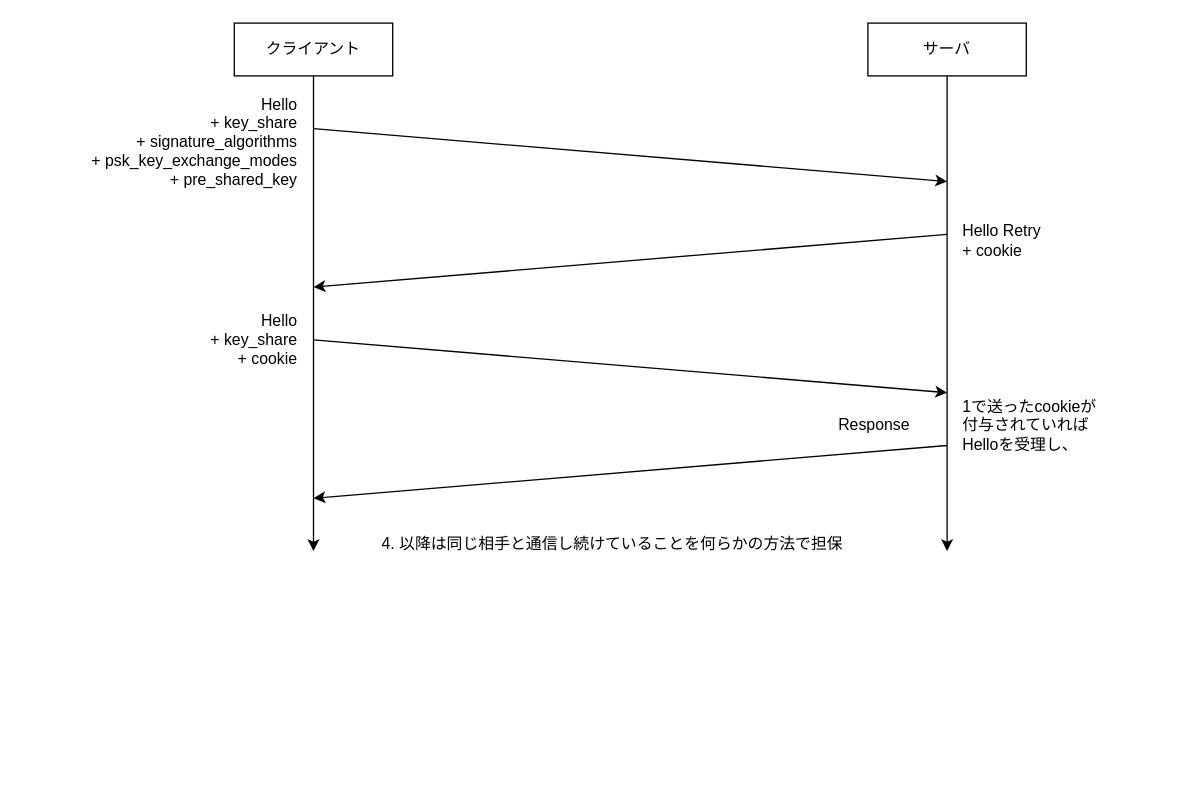
Before: dtls.drawio in tetsukamen/drawing, a draw.io diagram. Source tidied: cells renumbered, new cells numbered last; positions are measured from the earlier drawing's top-left corner, leaving out a move shared by most shapes. Both pictures are drawn from the tidied source at 132%, with x=0, y=0 at pixel (22, 22).
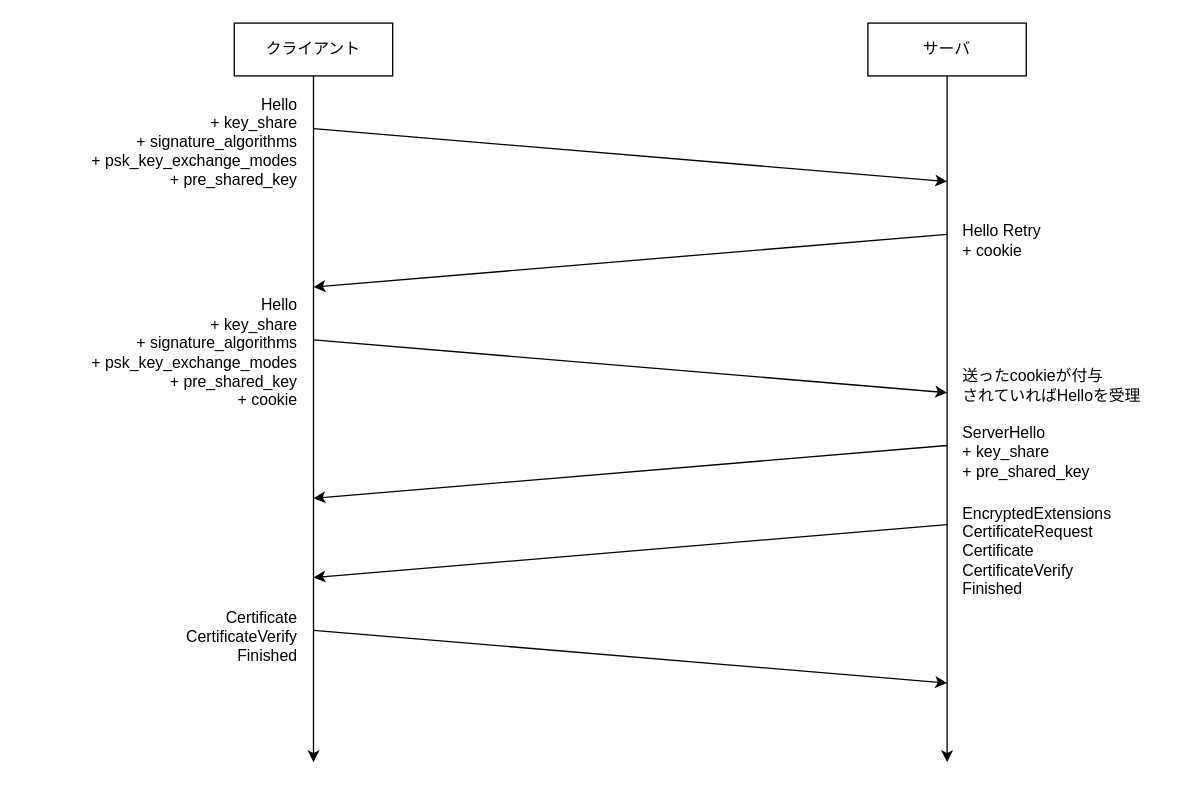
After the change.

The change refers to these unchanged cells:
```xml
<mxCell id="3" value="&lt;font style=&quot;font-size: 12px&quot;&gt;クライアント&lt;/font&gt;" style="rounded=0;whiteSpace=wrap;html=1;" parent="1" vertex="1">
  <mxGeometry x="160" width="120" height="40" as="geometry" />
</mxCell>
<mxCell id="5" value="&lt;font style=&quot;font-size: 12px&quot;&gt;サーバ&lt;/font&gt;" style="rounded=0;whiteSpace=wrap;html=1;" parent="1" vertex="1">
  <mxGeometry x="640" width="120" height="40" as="geometry" />
</mxCell>
```

Change to the diagram source:
```diff
@@
     <mxCell id="2" style="edgeStyle=none;html=1;" parent="1" edge="1" source="3">
       <mxGeometry relative="1" as="geometry">
-        <mxPoint x="220" y="400" as="targetPoint" />
+        <mxPoint x="220" y="560" as="targetPoint" />
       </mxGeometry>
     </mxCell>
@@
     <mxCell id="4" style="edgeStyle=none;html=1;" parent="1" edge="1" source="5">
       <mxGeometry relative="1" as="geometry">
-        <mxPoint x="700" y="400" as="targetPoint" />
+        <mxPoint x="700" y="560" as="targetPoint" />
       </mxGeometry>
     </mxCell>
@@
     <mxCell id="7" value="Hello&lt;br&gt;&lt;div&gt;+ key_share&lt;/div&gt;&lt;div&gt;+ signature_algorithms&lt;/div&gt;&lt;div&gt;+ psk_key_exchange_modes&lt;br&gt;&lt;/div&gt;&lt;div&gt;+ pre_shared_key&lt;br&gt;&lt;/div&gt;" style="text;html=1;strokeColor=none;fillColor=none;align=right;verticalAlign=middle;whiteSpace=wrap;rounded=0;fontSize=12;" parent="1" vertex="1">
-      <mxGeometry y="50" width="210" height="80" as="geometry" />
+      <mxGeometry x="40" y="50" width="170" height="80" as="geometry" />
     </mxCell>
@@
-    <mxCell id="12" value="Response" style="text;html=1;strokeColor=none;fillColor=none;align=center;verticalAlign=middle;whiteSpace=wrap;rounded=0;fontSize=12;" parent="1" vertex="1">
-      <mxGeometry x="610" y="290" width="70" height="30" as="geometry" />
-    </mxCell>
-    <mxCell id="13" value="1で送ったcookieが&lt;br&gt;付与されていれば&lt;br&gt;Helloを受理し、" style="text;html=1;strokeColor=none;fillColor=none;align=left;verticalAlign=middle;whiteSpace=wrap;rounded=0;fontSize=12;" parent="1" vertex="1">
-      <mxGeometry x="710" y="280" width="130" height="50" as="geometry" />
+    <mxCell id="13" value="送ったcookieが付与&lt;br&gt;されていればHelloを受理" style="text;html=1;strokeColor=none;fillColor=none;align=left;verticalAlign=middle;whiteSpace=wrap;rounded=0;fontSize=12;" parent="1" vertex="1">
+      <mxGeometry x="710" y="250" width="150" height="50" as="geometry" />
     </mxCell>
-    <mxCell id="14" value="4. 以降は同じ相手と通信し続けていることを何らかの方法で担保" style="text;html=1;strokeColor=none;fillColor=none;align=left;verticalAlign=middle;whiteSpace=wrap;rounded=0;fontSize=12;" parent="1" vertex="1">
-      <mxGeometry x="270" y="370" width="380" height="50" as="geometry" />
-    </mxCell>
-    <mxCell id="15" value="Hello&lt;br&gt;&lt;div&gt;+ key_share&lt;/div&gt;&lt;div&gt;+ cookie&lt;/div&gt;" style="text;html=1;strokeColor=none;fillColor=none;align=right;verticalAlign=middle;whiteSpace=wrap;rounded=0;fontSize=12;" parent="1" vertex="1">
-      <mxGeometry x="50" y="210" width="160" height="60" as="geometry" />
-    </mxCell>
+    <mxCell id="16" value="Hello&lt;br&gt;&lt;div&gt;+ key_share&lt;/div&gt;&lt;div&gt;+ signature_algorithms&lt;/div&gt;&lt;div&gt;+ psk_key_exchange_modes&lt;br&gt;&lt;/div&gt;&lt;div&gt;+ pre_shared_key&lt;br&gt;&lt;/div&gt;&lt;div&gt;+ cookie&lt;/div&gt;" style="text;html=1;strokeColor=none;fillColor=none;align=right;verticalAlign=middle;whiteSpace=wrap;rounded=0;fontSize=12;" parent="1" vertex="1">
+      <mxGeometry x="40" y="210" width="170" height="80" as="geometry" />
+    </mxCell>
+    <mxCell id="17" value="&lt;div&gt;ServerHello&lt;/div&gt;&lt;div&gt;+ key_share&lt;/div&gt;&lt;div&gt;+ pre_shared_key&lt;/div&gt;" style="text;html=1;strokeColor=none;fillColor=none;align=left;verticalAlign=middle;whiteSpace=wrap;rounded=0;fontSize=12;" parent="1" vertex="1">
+      <mxGeometry x="710" y="300" width="140" height="50" as="geometry" />
+    </mxCell>
+    <mxCell id="18" value="&lt;div&gt;&lt;div&gt;EncryptedExtensions&lt;/div&gt;&lt;div&gt;CertificateRequest&lt;/div&gt;&lt;div&gt;Certificate&lt;/div&gt;&lt;div&gt;CertificateVerify&lt;/div&gt;&lt;div&gt;Finished&lt;/div&gt;&lt;/div&gt;" style="text;html=1;strokeColor=none;fillColor=none;align=left;verticalAlign=middle;whiteSpace=wrap;rounded=0;fontSize=12;" parent="1" vertex="1">
+      <mxGeometry x="710" y="360" width="140" height="80" as="geometry" />
+    </mxCell>
+    <mxCell id="19" style="endArrow=classic;html=1;fontSize=12;" parent="1" edge="1">
+      <mxGeometry relative="1" as="geometry">
+        <mxPoint x="700" y="380" as="sourcePoint" />
+        <mxPoint x="220" y="420" as="targetPoint" />
+      </mxGeometry>
+    </mxCell>
+    <mxCell id="20" style="endArrow=classic;html=1;fontSize=12;" parent="1" edge="1">
+      <mxGeometry relative="1" as="geometry">
+        <mxPoint x="220" y="460" as="sourcePoint" />
+        <mxPoint x="700" y="500" as="targetPoint" />
+      </mxGeometry>
+    </mxCell>
+    <mxCell id="21" value="&lt;div&gt;&lt;span&gt;Certificate&lt;/span&gt;&lt;br&gt;&lt;/div&gt;&lt;div&gt;CertificateVerify&lt;/div&gt;&lt;div&gt;Finished&lt;/div&gt;" style="text;html=1;strokeColor=none;fillColor=none;align=right;verticalAlign=middle;whiteSpace=wrap;rounded=0;fontSize=12;" parent="1" vertex="1">
+      <mxGeometry x="70" y="440" width="140" height="50" as="geometry" />
+    </mxCell>
```
